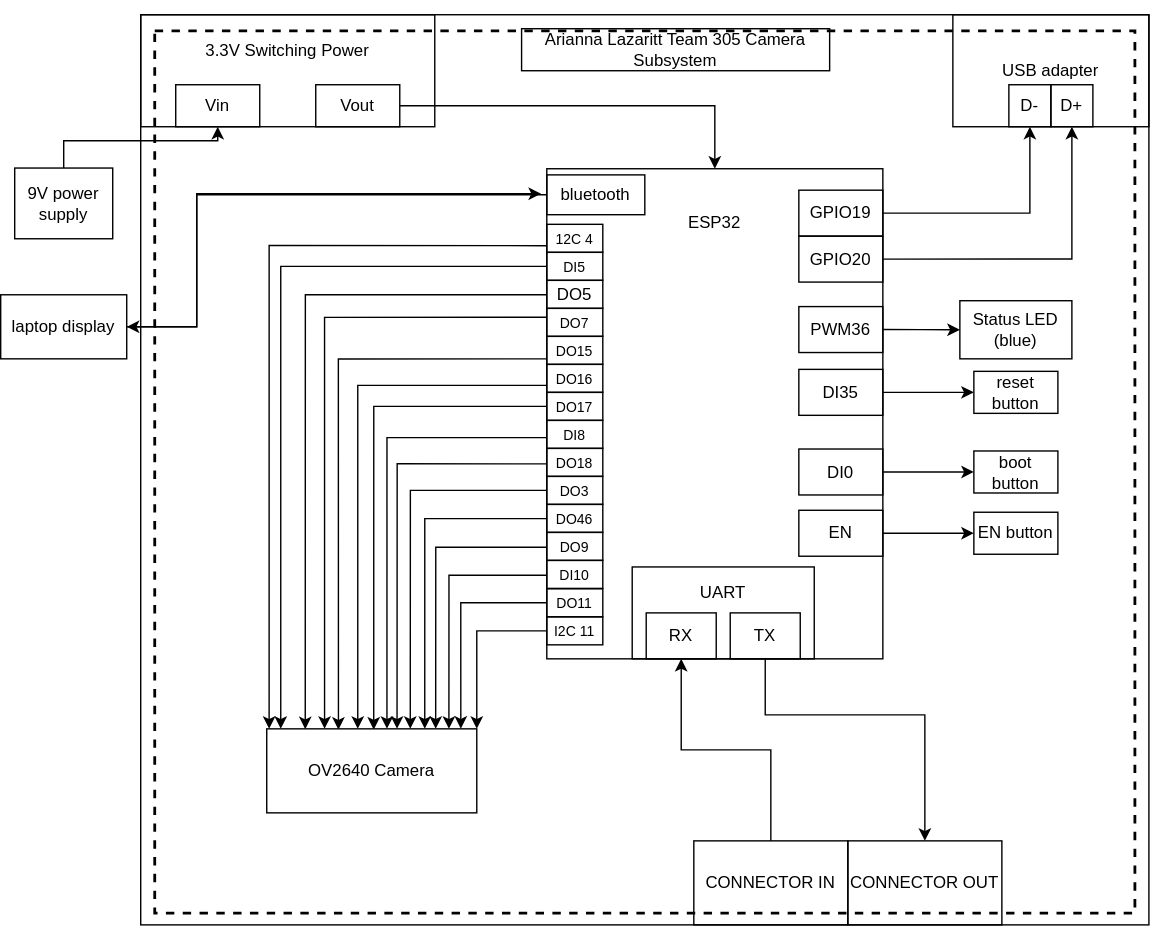
Above: docs/02-Block-Diagram/individual2.0.drawio.svg in alazaritt/EGR314DataSheet (draw.io), before the change. Source tidied: cells renumbered, new cells last; positions are measured from the earlier drawing's top-left corner, leaving out a move shared by most shapes.
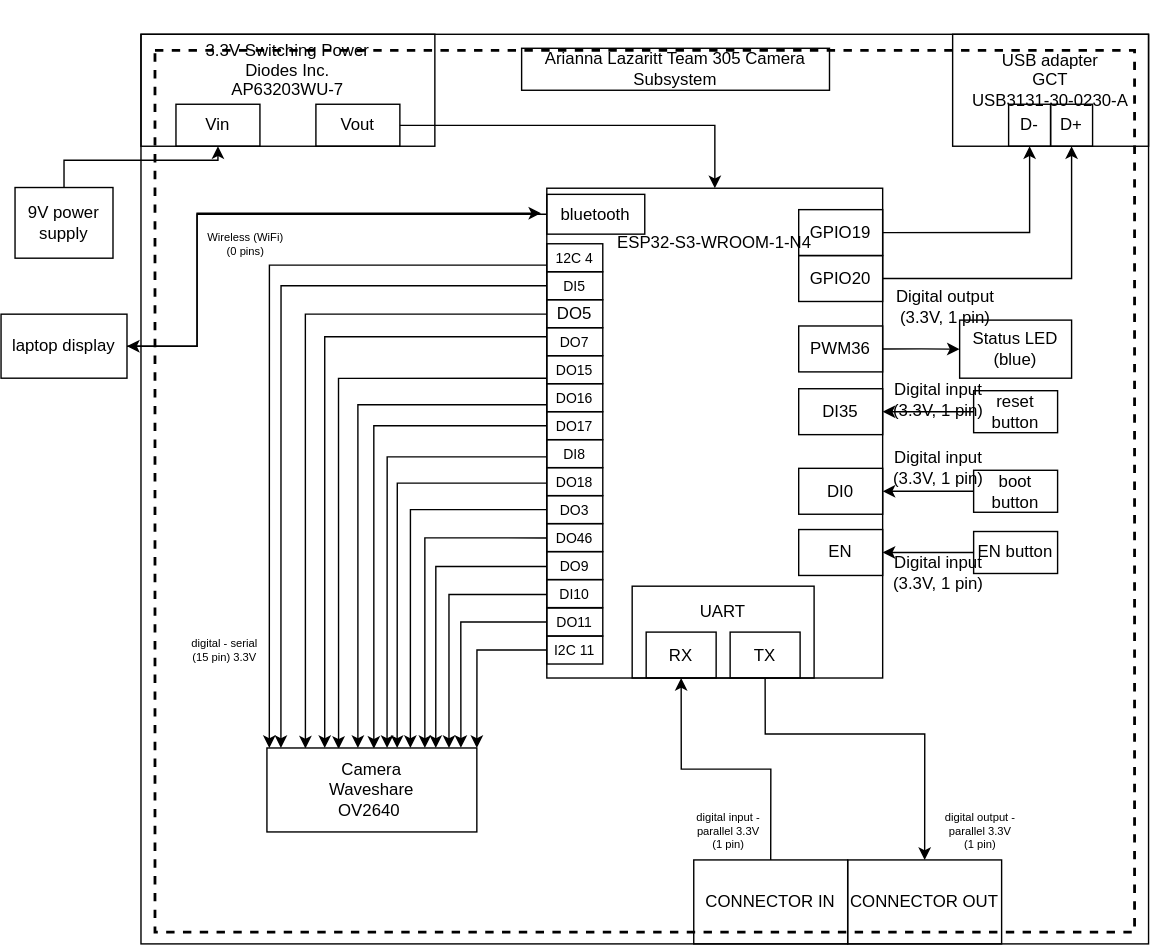
Later version of the same file.

Change to the diagram source:
```diff
@@ -11,7 +11,7 @@
     <mxCell id="4" style="edgeStyle=orthogonalEdgeStyle;rounded=0;jettySize=auto;html=1;" parent="1" edge="1" source="43" target="12">
       <mxGeometry relative="1" as="geometry" />
     </mxCell>
-    <mxCell id="5" value="USB adapter" style="text;html=1;whiteSpace=wrap;strokeColor=default;fillColor=none;align=center;verticalAlign=middle;rounded=0;" parent="1" vertex="1">
+    <mxCell id="5" value="USB adapter&lt;div&gt;GCT&lt;/div&gt;&lt;div&gt;&lt;span style=&quot;text-align: left;&quot;&gt;USB3131-30-0230-A&lt;/span&gt;&lt;/div&gt;&lt;div&gt;&lt;br&gt;&lt;/div&gt;" style="text;html=1;whiteSpace=wrap;strokeColor=default;fillColor=none;align=center;verticalAlign=middle;rounded=0;" parent="1" vertex="1">
       <mxGeometry x="680" width="140" height="80" as="geometry" />
     </mxCell>
     <mxCell id="6" style="edgeStyle=orthogonalEdgeStyle;rounded=0;jettySize=auto;html=1;exitX=0.5;exitY=0;exitDx=0;exitDy=0;entryX=0.5;entryY=1;entryDx=0;entryDy=0;" parent="1" edge="1" source="7" target="42">
@@ -37,7 +37,7 @@
     <mxCell id="11" style="group;" parent="1" vertex="1">
       <mxGeometry x="390" y="110" width="240" height="350" as="geometry" />
     </mxCell>
-    <mxCell id="12" value="&lt;div&gt;ESP32&lt;/div&gt;&lt;div&gt;&lt;br&gt;&lt;/div&gt;&lt;div&gt;&lt;br&gt;&lt;/div&gt;&lt;div&gt;&lt;br&gt;&lt;/div&gt;&lt;div&gt;&lt;br&gt;&lt;/div&gt;&lt;div&gt;&lt;br&gt;&lt;/div&gt;&lt;div&gt;&lt;br&gt;&lt;/div&gt;&lt;div&gt;&lt;br&gt;&lt;/div&gt;&lt;div&gt;&lt;br&gt;&lt;/div&gt;&lt;div&gt;&lt;br&gt;&lt;/div&gt;&lt;div&gt;&lt;br&gt;&lt;/div&gt;&lt;div&gt;&lt;br&gt;&lt;/div&gt;&lt;div&gt;&lt;br&gt;&lt;/div&gt;&lt;div&gt;&lt;br&gt;&lt;/div&gt;&lt;div&gt;&lt;br&gt;&lt;/div&gt;&lt;div&gt;&lt;br&gt;&lt;/div&gt;&lt;div&gt;&lt;br&gt;&lt;/div&gt;&lt;div&gt;&lt;br&gt;&lt;/div&gt;&lt;div&gt;&lt;br&gt;&lt;/div&gt;&lt;div&gt;&lt;br&gt;&lt;/div&gt;" style="text;html=1;whiteSpace=wrap;strokeColor=default;fillColor=none;align=center;verticalAlign=middle;rounded=0;" parent="11" vertex="1">
+    <mxCell id="12" value="&lt;div&gt;ESP32-S3-WROOM-1-N4&lt;/div&gt;&lt;div&gt;&lt;br&gt;&lt;/div&gt;&lt;div&gt;&lt;br&gt;&lt;/div&gt;&lt;div&gt;&lt;br&gt;&lt;/div&gt;&lt;div&gt;&lt;br&gt;&lt;/div&gt;&lt;div&gt;&lt;br&gt;&lt;/div&gt;&lt;div&gt;&lt;br&gt;&lt;/div&gt;&lt;div&gt;&lt;br&gt;&lt;/div&gt;&lt;div&gt;&lt;br&gt;&lt;/div&gt;&lt;div&gt;&lt;br&gt;&lt;/div&gt;&lt;div&gt;&lt;br&gt;&lt;/div&gt;&lt;div&gt;&lt;br&gt;&lt;/div&gt;&lt;div&gt;&lt;br&gt;&lt;/div&gt;&lt;div&gt;&lt;br&gt;&lt;/div&gt;&lt;div&gt;&lt;br&gt;&lt;/div&gt;&lt;div&gt;&lt;br&gt;&lt;/div&gt;&lt;div&gt;&lt;br&gt;&lt;/div&gt;&lt;div&gt;&lt;br&gt;&lt;/div&gt;&lt;div&gt;&lt;br&gt;&lt;/div&gt;&lt;div&gt;&lt;br&gt;&lt;/div&gt;" style="text;html=1;whiteSpace=wrap;strokeColor=default;fillColor=none;align=center;verticalAlign=middle;rounded=0;" parent="11" vertex="1">
       <mxGeometry width="240" height="350" as="geometry" />
     </mxCell>
     <mxCell id="13" style="group;" parent="11" vertex="1">
@@ -129,7 +129,7 @@
     <mxCell id="40" style="group;" parent="1" vertex="1">
       <mxGeometry x="100" width="210" height="80" as="geometry" />
     </mxCell>
-    <mxCell id="41" value="&lt;div&gt;&lt;br&gt;&lt;/div&gt;&lt;div&gt;&lt;br&gt;&lt;/div&gt;3.3V Switching Power&lt;div&gt;&lt;br&gt;&lt;/div&gt;&lt;div&gt;&lt;br&gt;&lt;/div&gt;&lt;div&gt;&lt;br&gt;&lt;/div&gt;&lt;div&gt;&lt;br&gt;&lt;/div&gt;" style="text;html=1;whiteSpace=wrap;strokeColor=default;fillColor=none;align=center;verticalAlign=middle;rounded=0;" parent="40" vertex="1">
+    <mxCell id="41" value="&lt;div&gt;&lt;br&gt;&lt;/div&gt;&lt;div&gt;&lt;br&gt;&lt;/div&gt;3.3V Switching Power&lt;div&gt;Diodes Inc.&lt;/div&gt;&lt;div&gt;AP63203WU-7&lt;br&gt;&lt;div&gt;&lt;br&gt;&lt;/div&gt;&lt;div&gt;&lt;br&gt;&lt;/div&gt;&lt;div&gt;&lt;br&gt;&lt;/div&gt;&lt;div&gt;&lt;br&gt;&lt;/div&gt;&lt;/div&gt;" style="text;html=1;whiteSpace=wrap;strokeColor=default;fillColor=none;align=center;verticalAlign=middle;rounded=0;" parent="40" vertex="1">
       <mxGeometry width="210" height="80" as="geometry" />
     </mxCell>
     <mxCell id="42" value="Vin" style="text;html=1;whiteSpace=wrap;strokeColor=default;fillColor=none;align=center;verticalAlign=middle;rounded=0;" parent="40" vertex="1">
@@ -144,6 +144,9 @@
     <mxCell id="45" value="Status LED (blue)" style="rounded=0;whiteSpace=wrap;html=1;" parent="1" vertex="1">
       <mxGeometry x="685" y="204.2" width="80" height="41.5" as="geometry" />
     </mxCell>
+    <mxCell id="76" style="edgeStyle=orthogonalEdgeStyle;rounded=0;jettySize=auto;html=1;exitX=0;exitY=0.5;exitDx=0;exitDy=0;entryX=1;entryY=0.5;entryDx=0;entryDy=0;" parent="1" edge="1" source="46" target="21">
+      <mxGeometry relative="1" as="geometry" />
+    </mxCell>
     <mxCell id="46" value="reset button" style="text;html=1;whiteSpace=wrap;strokeColor=default;fillColor=none;align=center;verticalAlign=middle;rounded=0;" parent="1" vertex="1">
       <mxGeometry x="695" y="254.7" width="60" height="30" as="geometry" />
     </mxCell>
@@ -173,21 +176,18 @@
     <mxCell id="53" style="edgeStyle=orthogonalEdgeStyle;rounded=0;jettySize=auto;html=1;exitX=1;exitY=0.5;exitDx=0;exitDy=0;entryX=0;entryY=0.5;entryDx=0;entryDy=0;" parent="1" edge="1" source="20" target="45">
       <mxGeometry relative="1" as="geometry" />
     </mxCell>
-    <mxCell id="54" style="edgeStyle=orthogonalEdgeStyle;rounded=0;jettySize=auto;html=1;exitX=1;exitY=0.5;exitDx=0;exitDy=0;" parent="1" edge="1" source="21" target="46">
-      <mxGeometry relative="1" as="geometry" />
-    </mxCell>
+    <mxCell id="77" style="edgeStyle=orthogonalEdgeStyle;rounded=0;jettySize=auto;html=1;exitX=0;exitY=0.5;exitDx=0;exitDy=0;entryX=1;entryY=0.5;entryDx=0;entryDy=0;" parent="1" edge="1" source="55" target="22">
+      <mxGeometry relative="1" as="geometry" />
+    </mxCell>
     <mxCell id="55" value="boot button" style="text;html=1;whiteSpace=wrap;strokeColor=default;fillColor=none;align=center;verticalAlign=middle;rounded=0;" parent="1" vertex="1">
       <mxGeometry x="695" y="311.6" width="60" height="30" as="geometry" />
     </mxCell>
-    <mxCell id="56" style="edgeStyle=orthogonalEdgeStyle;rounded=0;jettySize=auto;html=1;exitX=1;exitY=0.5;exitDx=0;exitDy=0;" parent="1" edge="1" source="22" target="55">
-      <mxGeometry relative="1" as="geometry" />
-    </mxCell>
+    <mxCell id="78" style="edgeStyle=orthogonalEdgeStyle;rounded=0;jettySize=auto;html=1;exitX=0;exitY=0.5;exitDx=0;exitDy=0;entryX=1;entryY=0.5;entryDx=0;entryDy=0;" parent="1" edge="1" source="57" target="23">
+      <mxGeometry relative="1" as="geometry" />
+    </mxCell>
     <mxCell id="57" value="EN button" style="text;html=1;whiteSpace=wrap;strokeColor=default;fillColor=none;align=center;verticalAlign=middle;rounded=0;" parent="1" vertex="1">
       <mxGeometry x="695" y="355.3" width="60" height="30" as="geometry" />
     </mxCell>
-    <mxCell id="58" style="edgeStyle=orthogonalEdgeStyle;rounded=0;jettySize=auto;html=1;exitX=1;exitY=0.5;exitDx=0;exitDy=0;entryX=0;entryY=0.5;entryDx=0;entryDy=0;" parent="1" edge="1" source="23" target="57">
-      <mxGeometry relative="1" as="geometry" />
-    </mxCell>
     <mxCell id="59" style="edgeStyle=orthogonalEdgeStyle;rounded=0;jettySize=auto;html=1;exitX=1;exitY=0.5;exitDx=0;exitDy=0;entryX=-0.017;entryY=0.051;entryDx=0;entryDy=0;entryPerimeter=0;" parent="1" edge="1" source="47" target="12">
       <mxGeometry relative="1" as="geometry">
         <Array as="points">
@@ -270,7 +270,7 @@
         <mxPoint x="200" y="510" as="targetPoint" />
       </mxGeometry>
     </mxCell>
-    <mxCell id="73" value="OV2640 Camera" style="rounded=0;whiteSpace=wrap;html=1;" parent="1" vertex="1">
+    <mxCell id="73" value="Camera&lt;div&gt;Waveshare&lt;/div&gt;&lt;div&gt;OV2640&amp;nbsp;&lt;/div&gt;" style="rounded=0;whiteSpace=wrap;html=1;" parent="1" vertex="1">
       <mxGeometry x="190" y="510" width="150" height="60" as="geometry" />
     </mxCell>
     <mxCell id="74" style="edgeStyle=orthogonalEdgeStyle;rounded=0;jettySize=auto;html=1;exitX=0;exitY=0.5;exitDx=0;exitDy=0;entryX=0.924;entryY=-0.002;entryDx=0;entryDy=0;entryPerimeter=0;" parent="1" edge="1" source="38" target="73">
@@ -279,5 +279,29 @@
     <mxCell id="75" style="edgeStyle=orthogonalEdgeStyle;rounded=0;jettySize=auto;html=1;exitX=0;exitY=0.5;exitDx=0;exitDy=0;entryX=1;entryY=0;entryDx=0;entryDy=0;" parent="1" edge="1" source="37" target="73">
       <mxGeometry relative="1" as="geometry" />
     </mxCell>
+    <mxCell id="79" value="&lt;div style=&quot;font-size: 8px&quot;&gt;digital - serial&lt;br&gt;&lt;/div&gt;&lt;div style=&quot;font-size: 8px&quot;&gt;(15 pin) 3.3V&lt;/div&gt;" style="text;html=1;strokeColor=none;fillColor=none;align=center;verticalAlign=middle;whiteSpace=wrap;rounded=0;fontSize=8;rotation=0;" parent="1" vertex="1">
+      <mxGeometry x="130" y="430" width="60" height="20" as="geometry" />
+    </mxCell>
+    <mxCell id="80" value="&lt;div style=&quot;font-size: 8px&quot;&gt;digital output - parallel 3.3V&lt;/div&gt;&lt;div style=&quot;font-size: 8px&quot;&gt;(1 pin)&lt;br&gt;&lt;/div&gt;" style="text;html=1;strokeColor=none;fillColor=none;align=center;verticalAlign=middle;whiteSpace=wrap;rounded=0;fontSize=8;rotation=0;" parent="1" vertex="1">
+      <mxGeometry x="670" y="560" width="60" height="20" as="geometry" />
+    </mxCell>
+    <mxCell id="81" value="&lt;div style=&quot;font-size: 8px&quot;&gt;digital input - parallel 3.3V&lt;/div&gt;&lt;div style=&quot;font-size: 8px&quot;&gt;(1 pin)&lt;br&gt;&lt;/div&gt;" style="text;html=1;strokeColor=none;fillColor=none;align=center;verticalAlign=middle;whiteSpace=wrap;rounded=0;fontSize=8;rotation=0;" parent="1" vertex="1">
+      <mxGeometry x="490" y="560" width="60" height="20" as="geometry" />
+    </mxCell>
+    <mxCell id="82" value="&lt;div style=&quot;font-size: 8px&quot;&gt;Wireless (WiFi)&lt;/div&gt;&lt;div style=&quot;font-size: 8px&quot;&gt;(0 pins)&lt;/div&gt;" style="text;html=1;strokeColor=none;fillColor=none;align=center;verticalAlign=middle;whiteSpace=wrap;rounded=0;fontSize=8;rotation=0;" parent="1" vertex="1">
+      <mxGeometry x="145" y="140" width="60" height="20" as="geometry" />
+    </mxCell>
+    <mxCell id="83" value="Digital output (3.3V, 1 pin)" style="text;html=1;whiteSpace=wrap;strokeColor=none;fillColor=none;align=center;verticalAlign=middle;rounded=0;" parent="1" vertex="1">
+      <mxGeometry x="635" y="180" width="80" height="30" as="geometry" />
+    </mxCell>
+    <mxCell id="84" value="Digital input (3.3V, 1 pin)" style="text;html=1;whiteSpace=wrap;strokeColor=none;fillColor=none;align=center;verticalAlign=middle;rounded=0;" parent="1" vertex="1">
+      <mxGeometry x="630" y="245.8" width="80" height="30" as="geometry" />
+    </mxCell>
+    <mxCell id="85" value="Digital input (3.3V, 1 pin)" style="text;html=1;whiteSpace=wrap;strokeColor=none;fillColor=none;align=center;verticalAlign=middle;rounded=0;" parent="1" vertex="1">
+      <mxGeometry x="630" y="295" width="80" height="30" as="geometry" />
+    </mxCell>
+    <mxCell id="86" value="Digital input (3.3V, 1 pin)" style="text;html=1;whiteSpace=wrap;strokeColor=none;fillColor=none;align=center;verticalAlign=middle;rounded=0;" parent="1" vertex="1">
+      <mxGeometry x="630" y="370" width="80" height="30" as="geometry" />
+    </mxCell>
   </root>
 </mxGraphModel>
```
